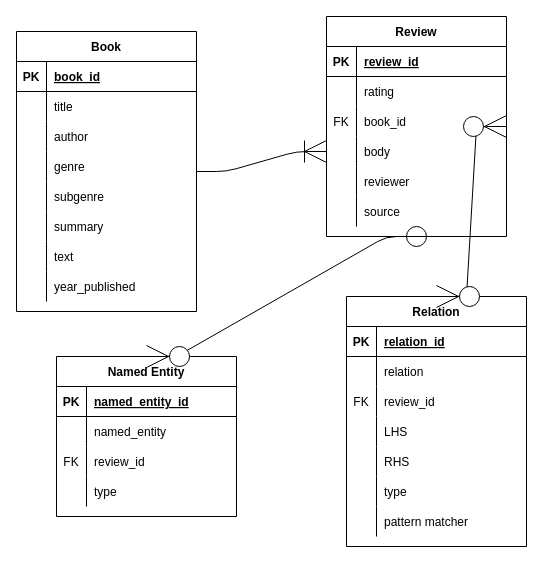
The draw.io diagram .drawio in byukan/Chatbots-NLP, before the edit. Source tidied: cells renumbered, new cells numbered last; positions are measured from the earlier drawing's top-left corner, leaving out a move shared by most shapes. Both pictures are drawn from the tidied source at 100%, with x=0, y=0 at pixel (16, 16).
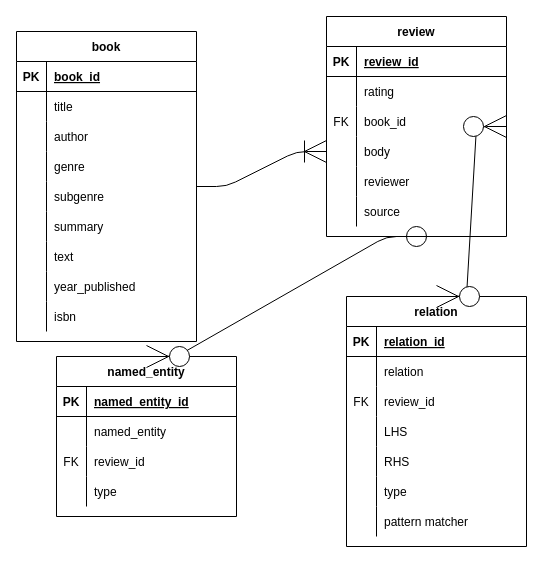
The same page after the edit.

What changed in the source:
```diff
@@
-    <mxCell id="2" value="Book" style="shape=table;startSize=30;childLayout=tableLayout;rowLines=0;fontStyle=1;align=center;" parent="1" vertex="1">
-      <mxGeometry y="15" width="180" height="280" as="geometry" />
+    <mxCell id="2" value="book" style="shape=table;startSize=30;childLayout=tableLayout;rowLines=0;fontStyle=1;align=center;" parent="1" vertex="1">
+      <mxGeometry y="15" width="180" height="310" as="geometry" />
     </mxCell>
@@
+    <mxCell id="84" style="shape=partialRectangle;fillColor=none;top=0;left=0;bottom=0;right=0;" parent="2" vertex="1">
+      <mxGeometry y="270" width="180" height="30" as="geometry" />
+    </mxCell>
+    <mxCell id="85" style="shape=partialRectangle;fillColor=none;top=0;left=0;bottom=0;right=0;overflow=hidden;" parent="84" vertex="1">
+      <mxGeometry width="30" height="30" as="geometry" />
+    </mxCell>
+    <mxCell id="86" value="isbn" style="shape=partialRectangle;fillColor=none;top=0;left=0;bottom=0;right=0;align=left;spacingLeft=6;overflow=hidden;" parent="84" vertex="1">
+      <mxGeometry x="30" width="150" height="30" as="geometry" />
+    </mxCell>
-    <mxCell id="27" value="Relation" style="shape=table;startSize=30;childLayout=tableLayout;rowLines=0;fontStyle=1;align=center;" parent="1" vertex="1">
+    <mxCell id="27" value="relation" style="shape=table;startSize=30;childLayout=tableLayout;rowLines=0;fontStyle=1;align=center;" parent="1" vertex="1">
       <mxGeometry x="330" y="280" width="180" height="250" as="geometry" />
     </mxCell>
@@
-    <mxCell id="49" value="Named Entity" style="shape=table;startSize=30;childLayout=tableLayout;rowLines=0;fontStyle=1;align=center;" parent="1" vertex="1">
+    <mxCell id="49" value="named_entity" style="shape=table;startSize=30;childLayout=tableLayout;rowLines=0;fontStyle=1;align=center;" parent="1" vertex="1">
       <mxGeometry x="40" y="340" width="180" height="160" as="geometry" />
     </mxCell>
@@
-    <mxCell id="62" value="Review" style="shape=table;startSize=30;childLayout=tableLayout;rowLines=0;fontStyle=1;align=center;strokeWidth=1;" parent="1" vertex="1">
+    <mxCell id="62" value="review" style="shape=table;startSize=30;childLayout=tableLayout;rowLines=0;fontStyle=1;align=center;strokeWidth=1;" parent="1" vertex="1">
       <mxGeometry x="310" width="180" height="220" as="geometry" />
     </mxCell>
```
